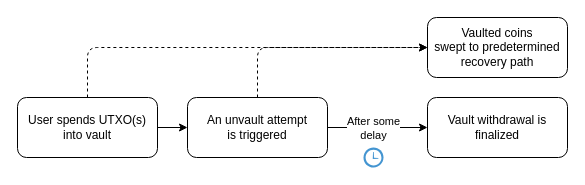
Above: page "Basic" (6 of 6) of figures/vaults.drawio in jamesob/vaults-covenants-paper (draw.io), before the change. Source tidied: cells renumbered, new cells numbered last; positions are measured from the earlier drawing's top-left corner, leaving out a move shared by most shapes. Both pictures are drawn from the tidied source at 100%, with x=0, y=0 at pixel (17, 17).
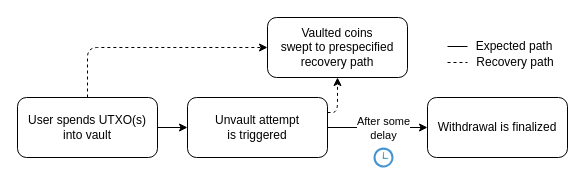
The same page after the edit.

Diff of the diagram source:
```diff
@@
 <mxGraphModel>
   <root>
     <mxCell id="0" />
     <mxCell id="1" parent="0" />
     <mxCell id="2" style="edgeStyle=orthogonalEdgeStyle;rounded=0;jettySize=auto;html=1;exitX=1;exitY=0.5;exitDx=0;exitDy=0;entryX=0;entryY=0.5;entryDx=0;entryDy=0;" parent="1" edge="1" source="4" target="8">
       <mxGeometry relative="1" as="geometry" />
     </mxCell>
     <mxCell id="3" style="edgeStyle=orthogonalEdgeStyle;rounded=1;jettySize=auto;html=1;exitX=0.5;exitY=0;exitDx=0;exitDy=0;entryX=0;entryY=0.5;entryDx=0;entryDy=0;dashed=1;" parent="1" edge="1" source="4" target="10">
       <mxGeometry relative="1" as="geometry" />
     </mxCell>
     <mxCell id="4" value="&lt;div&gt;User spends UTXO(s)&lt;br&gt;&lt;/div&gt;&lt;div&gt;into vault&lt;br&gt;&lt;/div&gt;" style="rounded=1;whiteSpace=wrap;html=1;labelPosition=center;verticalLabelPosition=middle;align=center;verticalAlign=middle;" parent="1" vertex="1">
       <mxGeometry y="80" width="140" height="60" as="geometry" />
     </mxCell>
     <mxCell id="5" style="edgeStyle=orthogonalEdgeStyle;rounded=0;jettySize=auto;html=1;exitX=1;exitY=0.5;exitDx=0;exitDy=0;entryX=0;entryY=0.5;entryDx=0;entryDy=0;" parent="1" edge="1" source="8" target="9">
       <mxGeometry relative="1" as="geometry" />
     </mxCell>
     <mxCell id="6" value="&lt;div&gt;After some&lt;/div&gt;&lt;div&gt;delay&lt;br&gt;&lt;/div&gt;" style="edgeLabel;html=1;align=center;verticalAlign=middle;" parent="5" vertex="1">
       <mxGeometry x="-0.2" y="-1" relative="1" as="geometry">
-        <mxPoint x="5" y="-1" as="offset" />
+        <mxPoint x="15" y="-1" as="offset" />
       </mxGeometry>
     </mxCell>
-    <mxCell id="7" style="edgeStyle=orthogonalEdgeStyle;rounded=1;jettySize=auto;html=1;exitX=0.5;exitY=0;exitDx=0;exitDy=0;entryX=0;entryY=0.5;entryDx=0;entryDy=0;dashed=1;" parent="1" edge="1" source="8" target="10">
+    <mxCell id="7" style="edgeStyle=orthogonalEdgeStyle;rounded=1;jettySize=auto;html=1;exitX=1;exitY=0.25;exitDx=0;exitDy=0;entryX=0.5;entryY=1;entryDx=0;entryDy=0;dashed=1;" parent="1" edge="1" source="8" target="10">
       <mxGeometry relative="1" as="geometry" />
     </mxCell>
-    <mxCell id="8" value="&lt;div&gt;An unvault attempt&lt;br&gt;&lt;/div&gt;&lt;div&gt;is triggered&lt;/div&gt;" style="rounded=1;whiteSpace=wrap;html=1;labelPosition=center;verticalLabelPosition=middle;align=center;verticalAlign=middle;" parent="1" vertex="1">
+    <mxCell id="8" value="&lt;div&gt;Unvault attempt&lt;br&gt;&lt;/div&gt;&lt;div&gt;is triggered&lt;/div&gt;" style="rounded=1;whiteSpace=wrap;html=1;labelPosition=center;verticalLabelPosition=middle;align=center;verticalAlign=middle;" parent="1" vertex="1">
       <mxGeometry x="170" y="80" width="140" height="60" as="geometry" />
     </mxCell>
-    <mxCell id="9" value="&lt;div&gt;Vault withdrawal is finalized&lt;br&gt;&lt;/div&gt;" style="rounded=1;whiteSpace=wrap;html=1;labelPosition=center;verticalLabelPosition=middle;align=center;verticalAlign=middle;" parent="1" vertex="1">
+    <mxCell id="9" value="&lt;div&gt;Withdrawal is finalized&lt;br&gt;&lt;/div&gt;" style="rounded=1;whiteSpace=wrap;html=1;labelPosition=center;verticalLabelPosition=middle;align=center;verticalAlign=middle;" parent="1" vertex="1">
       <mxGeometry x="410" y="80" width="140" height="60" as="geometry" />
     </mxCell>
-    <mxCell id="10" value="&lt;div&gt;Vaulted coins &lt;br&gt;&lt;/div&gt;&lt;div&gt;swept to predetermined&lt;/div&gt;&lt;div&gt;recovery path&lt;br&gt;&lt;/div&gt;" style="rounded=1;whiteSpace=wrap;html=1;labelPosition=center;verticalLabelPosition=middle;align=center;verticalAlign=middle;" parent="1" vertex="1">
-      <mxGeometry x="410" width="140" height="60" as="geometry" />
+    <mxCell id="10" value="&lt;div&gt;Vaulted coins &lt;br&gt;&lt;/div&gt;&lt;div&gt;swept to prespecified&lt;/div&gt;&lt;div&gt;recovery path&lt;br&gt;&lt;/div&gt;" style="rounded=1;whiteSpace=wrap;html=1;labelPosition=center;verticalLabelPosition=middle;align=center;verticalAlign=middle;" parent="1" vertex="1">
+      <mxGeometry x="250" width="140" height="60" as="geometry" />
     </mxCell>
     <mxCell id="11" style="shadow=0;dashed=0;html=1;strokeColor=none;fillColor=#4495D1;labelPosition=center;verticalLabelPosition=bottom;verticalAlign=top;align=center;shape=mxgraph.veeam.time;" parent="1" vertex="1">
-      <mxGeometry x="346" y="130" width="20" height="20" as="geometry" />
+      <mxGeometry x="356" y="130" width="20" height="20" as="geometry" />
     </mxCell>
+    <mxCell id="12" style="endArrow=none;html=1;rounded=1;" parent="1" edge="1">
+      <mxGeometry relative="1" as="geometry">
+        <mxPoint x="430" y="29" as="sourcePoint" />
+        <mxPoint x="450" y="29" as="targetPoint" />
+      </mxGeometry>
+    </mxCell>
+    <mxCell id="13" value="Expected path" style="text;strokeColor=none;align=center;fillColor=none;html=1;verticalAlign=middle;whiteSpace=wrap;rounded=0;" parent="1" vertex="1">
+      <mxGeometry x="452" y="14" width="90" height="30" as="geometry" />
+    </mxCell>
+    <mxCell id="14" style="endArrow=none;html=1;rounded=1;dashed=1;" parent="1" edge="1">
+      <mxGeometry relative="1" as="geometry">
+        <mxPoint x="430" y="45" as="sourcePoint" />
+        <mxPoint x="450" y="45" as="targetPoint" />
+      </mxGeometry>
+    </mxCell>
+    <mxCell id="15" value="Recovery path" style="text;strokeColor=none;align=center;fillColor=none;html=1;verticalAlign=middle;whiteSpace=wrap;rounded=0;" parent="1" vertex="1">
+      <mxGeometry x="453" y="30" width="90" height="30" as="geometry" />
+    </mxCell>
   </root>
 </mxGraphModel>
```
